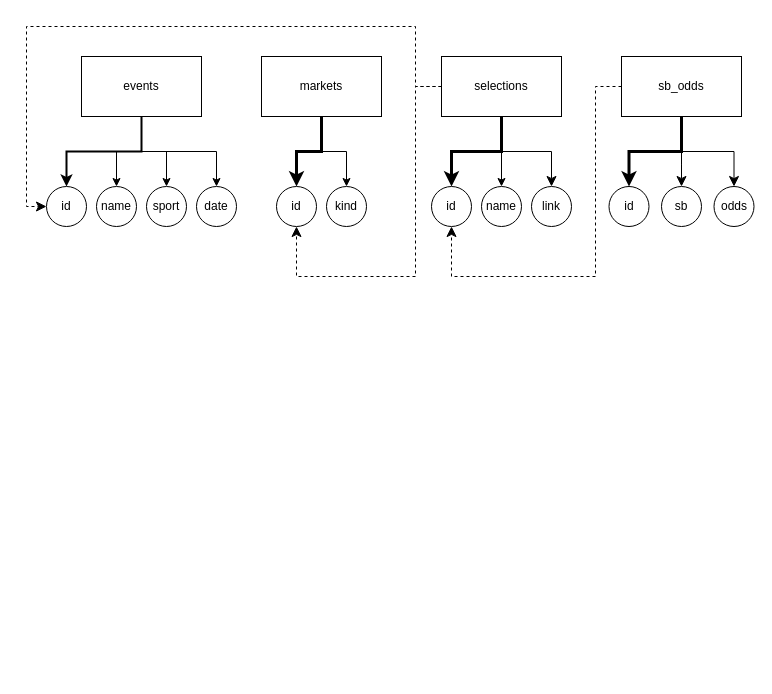
loemra/live_odds_scraper keeps this draw.io diagram as db2/Untitled Diagram.drawio. Above is the earlier version. Source tidied: cells renumbered, new cells numbered last; positions are measured from the earlier drawing's top-left corner, leaving out a move shared by most shapes. Both pictures are drawn from the tidied source at 100%, with x=0, y=0 at pixel (26, 26).
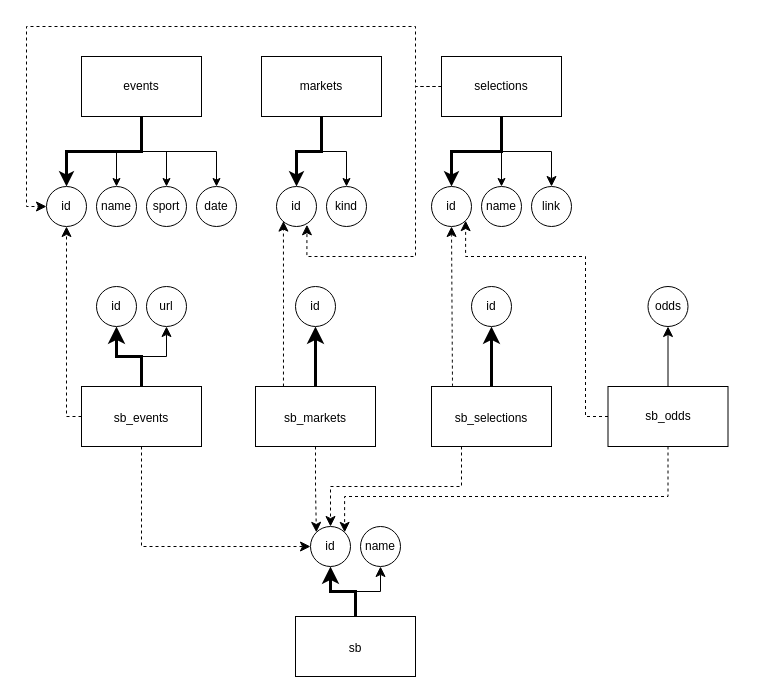
The same page after the edit.

Unchanged cells that the change refers to:
```xml
<mxCell id="6" value="&lt;div&gt;events&lt;/div&gt;" style="rounded=0;whiteSpace=wrap;html=1;" parent="1" vertex="1">
  <mxGeometry x="55" y="30" width="120" height="60" as="geometry" />
</mxCell>
<mxCell id="7" value="&lt;div&gt;id&lt;/div&gt;" style="ellipse;whiteSpace=wrap;html=1;rounded=0;" parent="1" vertex="1">
  <mxGeometry x="20" y="160" width="40" height="40" as="geometry" />
</mxCell>
<mxCell id="14" value="id" style="ellipse;whiteSpace=wrap;html=1;rounded=0;" parent="1" vertex="1">
  <mxGeometry x="250" y="160" width="40" height="40" as="geometry" />
</mxCell>
<mxCell id="21" value="&lt;div&gt;selections&lt;/div&gt;" style="rounded=0;whiteSpace=wrap;html=1;" parent="1" vertex="1">
  <mxGeometry x="415" y="30" width="120" height="60" as="geometry" />
</mxCell>
<mxCell id="22" value="id" style="ellipse;whiteSpace=wrap;html=1;rounded=0;" parent="1" vertex="1">
  <mxGeometry x="405" y="160" width="40" height="40" as="geometry" />
</mxCell>
```

Diff of the diagram source:
```diff
@@
-    <mxCell id="5" style="edgeStyle=orthogonalEdgeStyle;rounded=0;jettySize=auto;html=1;exitX=0.5;exitY=1;exitDx=0;exitDy=0;entryX=0.5;entryY=0;entryDx=0;entryDy=0;strokeWidth=2;" parent="1" edge="1" source="6" target="7">
+    <mxCell id="5" style="edgeStyle=orthogonalEdgeStyle;rounded=0;jettySize=auto;html=1;exitX=0.5;exitY=1;exitDx=0;exitDy=0;entryX=0.5;entryY=0;entryDx=0;entryDy=0;strokeWidth=3;" parent="1" edge="1" source="6" target="7">
       <mxGeometry relative="1" as="geometry" />
     </mxCell>
@@
-    <mxCell id="19" style="edgeStyle=orthogonalEdgeStyle;rounded=0;jettySize=auto;html=1;exitX=0;exitY=0.5;exitDx=0;exitDy=0;entryX=0.5;entryY=1;entryDx=0;entryDy=0;fontSize=12;startSize=8;endSize=8;dashed=1;strokeColor=default;" parent="1" edge="1" source="21" target="14">
+    <mxCell id="19" style="edgeStyle=orthogonalEdgeStyle;rounded=0;jettySize=auto;html=1;exitX=0;exitY=0.5;exitDx=0;exitDy=0;entryX=0.761;entryY=0.957;entryDx=0;entryDy=0;fontSize=12;startSize=8;endSize=8;dashed=1;strokeColor=default;entryPerimeter=0;" parent="1" edge="1" source="21" target="14">
       <mxGeometry relative="1" as="geometry">
         <Array as="points">
           <mxPoint x="389" y="60" />
-          <mxPoint x="389" y="250" />
-          <mxPoint x="270" y="250" />
+          <mxPoint x="389" y="230" />
+          <mxPoint x="280" y="230" />
+          <mxPoint x="280" y="198" />
         </Array>
       </mxGeometry>
     </mxCell>
@@
-    <mxCell id="24" style="edgeStyle=orthogonalEdgeStyle;rounded=0;jettySize=auto;html=1;exitX=0.5;exitY=1;exitDx=0;exitDy=0;strokeWidth=3;" parent="1" edge="1" source="28" target="29">
-      <mxGeometry relative="1" as="geometry" />
-    </mxCell>
-    <mxCell id="25" style="edgeStyle=orthogonalEdgeStyle;rounded=0;jettySize=auto;html=1;exitX=0.5;exitY=1;exitDx=0;exitDy=0;entryX=0.5;entryY=0;entryDx=0;entryDy=0;fontSize=12;startSize=8;endSize=8;" parent="1" edge="1" source="28" target="31">
-      <mxGeometry relative="1" as="geometry" />
-    </mxCell>
-    <mxCell id="26" style="edgeStyle=none;curved=1;rounded=0;jettySize=auto;html=1;exitX=0.5;exitY=1;exitDx=0;exitDy=0;entryX=0.5;entryY=0;entryDx=0;entryDy=0;fontSize=12;startSize=8;endSize=8;" parent="1" edge="1" source="28" target="30">
-      <mxGeometry relative="1" as="geometry" />
+    <mxCell id="26" style="edgeStyle=orthogonalEdgeStyle;rounded=0;jettySize=auto;html=1;exitX=0.5;exitY=1;exitDx=0;exitDy=0;entryX=1;entryY=0;entryDx=0;entryDy=0;fontSize=12;startSize=8;endSize=8;dashed=1;" parent="1" edge="1" source="28" target="42">
+      <mxGeometry relative="1" as="geometry">
+        <Array as="points">
+          <mxPoint x="641" y="470" />
+          <mxPoint x="318" y="470" />
+        </Array>
+      </mxGeometry>
     </mxCell>
-    <mxCell id="27" style="edgeStyle=orthogonalEdgeStyle;rounded=0;jettySize=auto;html=1;exitX=0;exitY=0.5;exitDx=0;exitDy=0;entryX=0.5;entryY=1;entryDx=0;entryDy=0;fontSize=12;startSize=8;endSize=8;dashed=1;" parent="1" edge="1" source="28" target="22">
+    <mxCell id="27" style="edgeStyle=orthogonalEdgeStyle;rounded=0;jettySize=auto;html=1;exitX=0;exitY=0.5;exitDx=0;exitDy=0;entryX=1;entryY=1;entryDx=0;entryDy=0;fontSize=12;startSize=8;endSize=8;dashed=1;" parent="1" edge="1" source="28" target="22">
       <mxGeometry relative="1" as="geometry">
         <Array as="points">
-          <mxPoint x="569" y="60" />
-          <mxPoint x="569" y="250" />
-          <mxPoint x="425" y="250" />
+          <mxPoint x="559" y="390" />
+          <mxPoint x="559" y="230" />
+          <mxPoint x="439" y="230" />
         </Array>
       </mxGeometry>
     </mxCell>
+    <mxCell id="25" style="edgeStyle=orthogonalEdgeStyle;rounded=0;jettySize=auto;html=1;entryX=0.5;entryY=1;entryDx=0;entryDy=0;fontSize=12;startSize=8;endSize=8;" parent="1" edge="1" source="28" target="31">
+      <mxGeometry relative="1" as="geometry" />
+    </mxCell>
     <mxCell id="28" value="sb_odds" style="rounded=0;whiteSpace=wrap;html=1;" parent="1" vertex="1">
-      <mxGeometry x="595" y="30" width="120" height="60" as="geometry" />
+      <mxGeometry x="581.5" y="360" width="120" height="60" as="geometry" />
     </mxCell>
-    <mxCell id="29" value="id" style="ellipse;whiteSpace=wrap;html=1;rounded=0;" parent="1" vertex="1">
-      <mxGeometry x="582.5" y="160" width="40" height="40" as="geometry" />
-    </mxCell>
+    <mxCell id="32" value="link" style="ellipse;whiteSpace=wrap;html=1;rounded=0;" parent="1" vertex="1">
+      <mxGeometry x="505" y="160" width="40" height="40" as="geometry" />
+    </mxCell>
+    <mxCell id="33" style="edgeStyle=orthogonalEdgeStyle;rounded=0;jettySize=auto;html=1;exitX=0;exitY=0.5;exitDx=0;exitDy=0;entryX=0.5;entryY=1;entryDx=0;entryDy=0;fontSize=12;startSize=8;endSize=8;dashed=1;" parent="1" edge="1" source="37" target="7">
+      <mxGeometry relative="1" as="geometry">
+        <Array as="points">
+          <mxPoint x="40" y="390" />
+        </Array>
+      </mxGeometry>
+    </mxCell>
+    <mxCell id="34" style="edgeStyle=orthogonalEdgeStyle;rounded=0;jettySize=auto;html=1;entryX=0.5;entryY=1;entryDx=0;entryDy=0;fontSize=12;startSize=8;endSize=8;exitX=0.5;exitY=0;exitDx=0;exitDy=0;strokeWidth=3;" parent="1" edge="1" source="37" target="38">
+      <mxGeometry relative="1" as="geometry" />
+    </mxCell>
+    <mxCell id="35" style="edgeStyle=orthogonalEdgeStyle;rounded=0;jettySize=auto;html=1;exitX=0.5;exitY=0;exitDx=0;exitDy=0;entryX=0.5;entryY=1;entryDx=0;entryDy=0;fontSize=12;startSize=8;endSize=8;" parent="1" edge="1" source="37" target="39">
+      <mxGeometry relative="1" as="geometry" />
+    </mxCell>
+    <mxCell id="36" style="edgeStyle=orthogonalEdgeStyle;rounded=0;jettySize=auto;html=1;entryX=0;entryY=0.5;entryDx=0;entryDy=0;fontSize=12;startSize=8;endSize=8;dashed=1;exitX=0.5;exitY=1;exitDx=0;exitDy=0;" parent="1" edge="1" source="37" target="42">
+      <mxGeometry relative="1" as="geometry" />
+    </mxCell>
+    <mxCell id="37" value="&lt;div&gt;&lt;font style=&quot;font-size: 12px;&quot;&gt;sb_events&lt;/font&gt;&lt;/div&gt;" style="rounded=0;whiteSpace=wrap;html=1;fontSize=16;" parent="1" vertex="1">
+      <mxGeometry x="55" y="360" width="120" height="60" as="geometry" />
+    </mxCell>
+    <mxCell id="38" value="id" style="ellipse;whiteSpace=wrap;html=1;rounded=0;" parent="1" vertex="1">
+      <mxGeometry x="70" y="260" width="40" height="40" as="geometry" />
+    </mxCell>
+    <mxCell id="39" value="&lt;div&gt;url&lt;/div&gt;" style="ellipse;whiteSpace=wrap;html=1;rounded=0;" parent="1" vertex="1">
+      <mxGeometry x="120" y="260" width="40" height="40" as="geometry" />
+    </mxCell>
+    <mxCell id="40" style="edgeStyle=orthogonalEdgeStyle;rounded=0;jettySize=auto;html=1;exitX=0.5;exitY=0;exitDx=0;exitDy=0;entryX=0.5;entryY=1;entryDx=0;entryDy=0;fontSize=12;startSize=8;endSize=8;strokeWidth=3;" parent="1" edge="1" source="30" target="42">
+      <mxGeometry relative="1" as="geometry" />
+    </mxCell>
+    <mxCell id="41" style="edgeStyle=orthogonalEdgeStyle;rounded=0;jettySize=auto;html=1;exitX=0.5;exitY=0;exitDx=0;exitDy=0;entryX=0.5;entryY=1;entryDx=0;entryDy=0;fontSize=12;startSize=8;endSize=8;" parent="1" edge="1" source="30" target="43">
+      <mxGeometry relative="1" as="geometry" />
+    </mxCell>
-    <mxCell id="30" value="sb" style="ellipse;whiteSpace=wrap;html=1;rounded=0;" parent="1" vertex="1">
-      <mxGeometry x="635" y="160" width="40" height="40" as="geometry" />
+    <mxCell id="30" value="&lt;font style=&quot;font-size: 12px;&quot;&gt;sb&lt;/font&gt;" style="rounded=0;whiteSpace=wrap;html=1;fontSize=16;" parent="1" vertex="1">
+      <mxGeometry x="269" y="590" width="120" height="60" as="geometry" />
     </mxCell>
+    <mxCell id="42" value="id" style="ellipse;whiteSpace=wrap;html=1;rounded=0;" parent="1" vertex="1">
+      <mxGeometry x="284" y="500" width="40" height="40" as="geometry" />
+    </mxCell>
+    <mxCell id="43" value="name" style="ellipse;whiteSpace=wrap;html=1;rounded=0;" parent="1" vertex="1">
+      <mxGeometry x="334" y="500" width="40" height="40" as="geometry" />
+    </mxCell>
+    <mxCell id="44" style="edgeStyle=orthogonalEdgeStyle;rounded=0;jettySize=auto;html=1;entryX=0.5;entryY=1;entryDx=0;entryDy=0;fontSize=12;startSize=8;endSize=8;strokeWidth=3;" parent="1" edge="1" source="47" target="48">
+      <mxGeometry relative="1" as="geometry" />
+    </mxCell>
+    <mxCell id="45" style="edgeStyle=orthogonalEdgeStyle;rounded=0;jettySize=auto;html=1;exitX=0.233;exitY=0.001;exitDx=0;exitDy=0;entryX=0.173;entryY=0.865;entryDx=0;entryDy=0;fontSize=12;startSize=8;endSize=8;dashed=1;entryPerimeter=0;exitPerimeter=0;" parent="1" edge="1" source="47" target="14">
+      <mxGeometry relative="1" as="geometry" />
+    </mxCell>
+    <mxCell id="46" style="edgeStyle=orthogonalEdgeStyle;rounded=0;jettySize=auto;html=1;exitX=0.5;exitY=1;exitDx=0;exitDy=0;entryX=0;entryY=0;entryDx=0;entryDy=0;fontSize=12;startSize=8;endSize=8;dashed=1;" parent="1" edge="1" source="47" target="42">
+      <mxGeometry relative="1" as="geometry" />
+    </mxCell>
+    <mxCell id="47" value="&lt;font style=&quot;font-size: 12px;&quot;&gt;sb_markets&lt;/font&gt;" style="rounded=0;whiteSpace=wrap;html=1;fontSize=16;" parent="1" vertex="1">
+      <mxGeometry x="229" y="360" width="120" height="60" as="geometry" />
+    </mxCell>
+    <mxCell id="48" value="id" style="ellipse;whiteSpace=wrap;html=1;rounded=0;" parent="1" vertex="1">
+      <mxGeometry x="269" y="260" width="40" height="40" as="geometry" />
+    </mxCell>
+    <mxCell id="49" style="edgeStyle=orthogonalEdgeStyle;rounded=0;jettySize=auto;html=1;entryX=0.5;entryY=1;entryDx=0;entryDy=0;fontSize=12;startSize=8;endSize=8;strokeWidth=3;" parent="1" edge="1" source="51" target="52">
+      <mxGeometry relative="1" as="geometry" />
+    </mxCell>
+    <mxCell id="50" style="edgeStyle=orthogonalEdgeStyle;rounded=0;jettySize=auto;html=1;exitX=0.25;exitY=1;exitDx=0;exitDy=0;entryX=0.5;entryY=0;entryDx=0;entryDy=0;fontSize=12;startSize=8;endSize=8;dashed=1;" parent="1" edge="1" source="51" target="42">
+      <mxGeometry relative="1" as="geometry" />
+    </mxCell>
+    <mxCell id="51" value="&lt;font style=&quot;font-size: 12px;&quot;&gt;sb_selections&lt;/font&gt;" style="rounded=0;whiteSpace=wrap;html=1;fontSize=16;" parent="1" vertex="1">
+      <mxGeometry x="405" y="360" width="120" height="60" as="geometry" />
+    </mxCell>
+    <mxCell id="52" value="id" style="ellipse;whiteSpace=wrap;html=1;rounded=0;" parent="1" vertex="1">
+      <mxGeometry x="445" y="260" width="40" height="40" as="geometry" />
+    </mxCell>
+    <mxCell id="53" style="edgeStyle=none;curved=1;rounded=0;jettySize=auto;html=1;exitX=0.175;exitY=0;exitDx=0;exitDy=0;entryX=0.5;entryY=1;entryDx=0;entryDy=0;fontSize=12;startSize=8;endSize=8;exitPerimeter=0;strokeColor=default;dashed=1;" parent="1" edge="1" source="51" target="22">
+      <mxGeometry relative="1" as="geometry" />
+    </mxCell>
     <mxCell id="31" value="odds" style="ellipse;whiteSpace=wrap;html=1;rounded=0;" parent="1" vertex="1">
-      <mxGeometry x="687.5" y="160" width="40" height="40" as="geometry" />
+      <mxGeometry x="621.5" y="260" width="40" height="40" as="geometry" />
     </mxCell>
-    <mxCell id="32" value="link" style="ellipse;whiteSpace=wrap;html=1;rounded=0;" parent="1" vertex="1">
-      <mxGeometry x="505" y="160" width="40" height="40" as="geometry" />
-    </mxCell>
```
